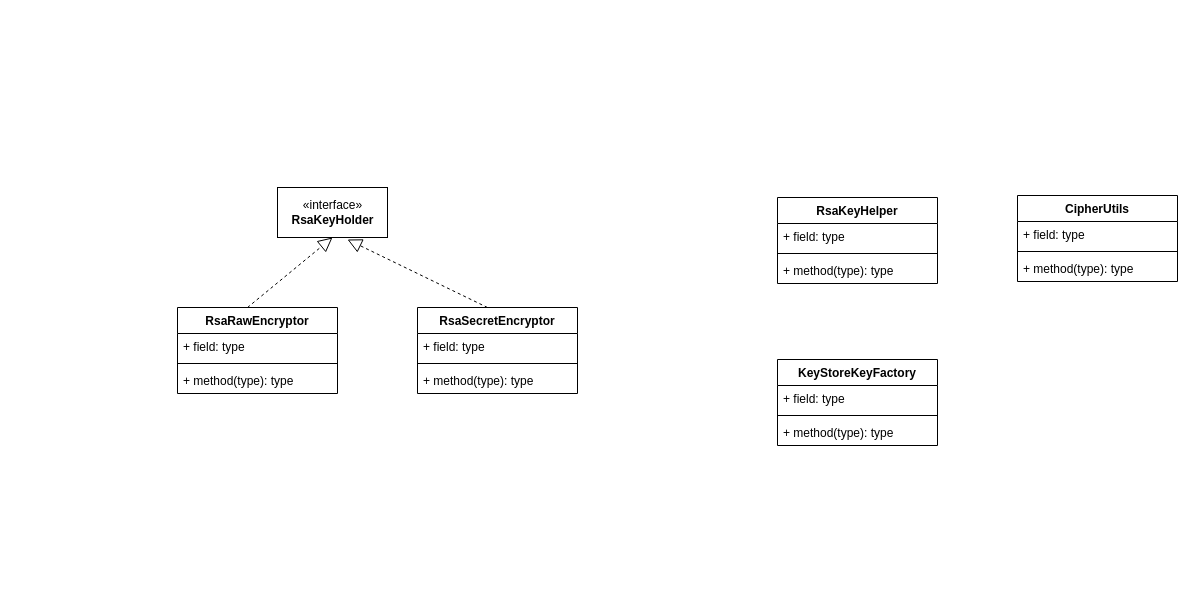
Above: page "rsa" (2 of 2) of spring/spring-security.drawio in tadsimons/draw (draw.io), before the change. Source tidied: cells renumbered, new cells numbered last; positions are measured from the earlier drawing's top-left corner, leaving out a move shared by most shapes. Both pictures are drawn from the tidied source at 100%, with x=0, y=0 at pixel (177, 187).
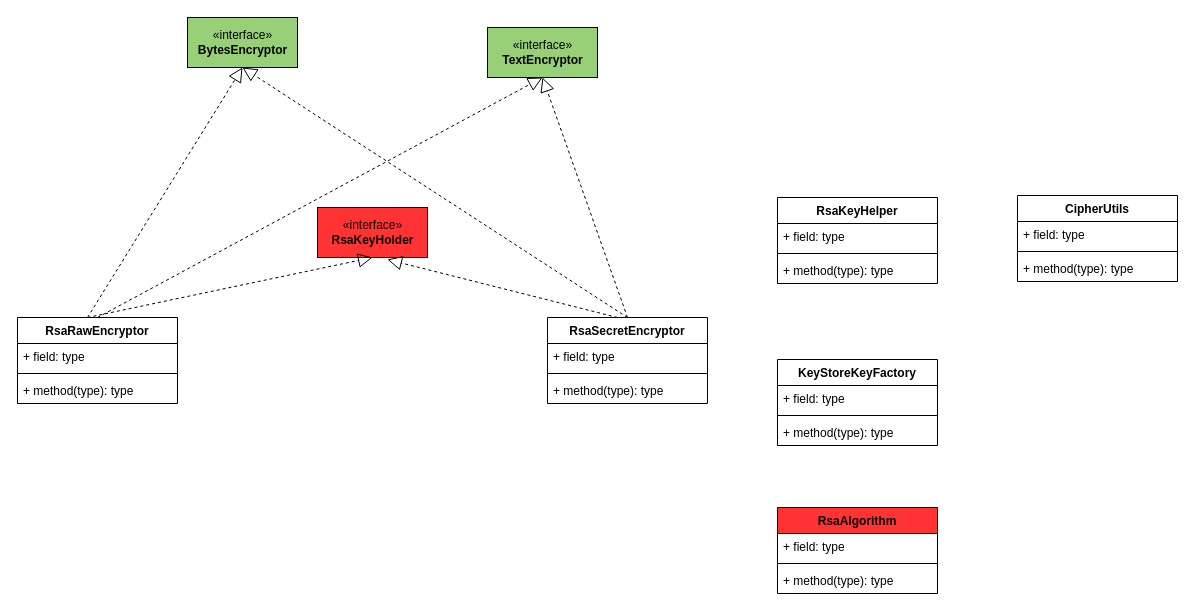
After the change.

Diff of the diagram source:
```diff
@@
-    <mxCell id="2" value="«interface»&lt;br&gt;&lt;b&gt;RsaKeyHolder&lt;/b&gt;" style="html=1;" parent="1" vertex="1">
-      <mxGeometry x="100" width="110" height="50" as="geometry" />
+    <mxCell id="2" value="«interface»&lt;br&gt;&lt;b&gt;RsaKeyHolder&lt;/b&gt;" style="html=1;fillColor=#FF3333;" parent="1" vertex="1">
+      <mxGeometry x="140" y="20" width="110" height="50" as="geometry" />
     </mxCell>
     <mxCell id="3" value="RsaRawEncryptor" style="swimlane;fontStyle=1;align=center;verticalAlign=top;horizontal=1;startSize=26;" parent="1" vertex="1">
-      <mxGeometry y="120" width="160" height="86" as="geometry" />
+      <mxGeometry x="-160" y="130" width="160" height="86" as="geometry" />
     </mxCell>
@@
+    <mxCell id="25" style="endArrow=block;dashed=1;endFill=0;endSize=12;html=1;entryX=0.5;entryY=1;entryDx=0;entryDy=0;" parent="3" edge="1" target="33">
+      <mxGeometry relative="1" as="geometry">
+        <mxPoint x="70" as="sourcePoint" />
+      </mxGeometry>
+    </mxCell>
+    <mxCell id="26" style="endArrow=block;dashed=1;endFill=0;endSize=12;html=1;entryX=0.5;entryY=1;entryDx=0;entryDy=0;" parent="3" edge="1" target="34">
+      <mxGeometry relative="1" as="geometry">
+        <mxPoint x="80" as="sourcePoint" />
+      </mxGeometry>
+    </mxCell>
@@
     <mxCell id="20" value="RsaSecretEncryptor" style="swimlane;fontStyle=1;align=center;verticalAlign=top;horizontal=1;startSize=26;" parent="1" vertex="1">
-      <mxGeometry x="240" y="120" width="160" height="86" as="geometry" />
+      <mxGeometry x="370" y="130" width="160" height="86" as="geometry" />
     </mxCell>
@@
+    <mxCell id="27" style="endArrow=block;dashed=1;endFill=0;endSize=12;html=1;entryX=0.5;entryY=1;entryDx=0;entryDy=0;" parent="20" edge="1" target="33">
+      <mxGeometry relative="1" as="geometry">
+        <mxPoint x="80" as="sourcePoint" />
+      </mxGeometry>
+    </mxCell>
+    <mxCell id="28" style="endArrow=block;dashed=1;endFill=0;endSize=12;html=1;entryX=0.5;entryY=1;entryDx=0;entryDy=0;" parent="20" edge="1" target="34">
+      <mxGeometry relative="1" as="geometry">
+        <mxPoint x="80" as="sourcePoint" />
+      </mxGeometry>
+    </mxCell>
@@
+    <mxCell id="29" value="RsaAlgorithm" style="swimlane;fontStyle=1;align=center;verticalAlign=top;horizontal=1;startSize=26;fillColor=#FF3333;" parent="1" vertex="1">
+      <mxGeometry x="600" y="320" width="160" height="86" as="geometry" />
+    </mxCell>
+    <mxCell id="30" value="+ field: type" style="text;strokeColor=none;fillColor=none;align=left;verticalAlign=top;spacingLeft=4;spacingRight=4;overflow=hidden;" parent="29" vertex="1">
+      <mxGeometry y="26" width="160" height="26" as="geometry" />
+    </mxCell>
+    <mxCell id="31" style="line;strokeWidth=1;fillColor=none;align=left;verticalAlign=middle;spacingTop=-1;spacingLeft=3;spacingRight=3;labelPosition=right;" parent="29" vertex="1">
+      <mxGeometry y="52" width="160" height="8" as="geometry" />
+    </mxCell>
+    <mxCell id="32" value="+ method(type): type" style="text;strokeColor=none;fillColor=none;align=left;verticalAlign=top;spacingLeft=4;spacingRight=4;overflow=hidden;" parent="29" vertex="1">
+      <mxGeometry y="60" width="160" height="26" as="geometry" />
+    </mxCell>
+    <mxCell id="33" value="«interface»&lt;br&gt;&lt;b&gt;BytesEncryptor&lt;/b&gt;" style="html=1;fillColor=#97D077;" parent="1" vertex="1">
+      <mxGeometry x="10" y="-170" width="110" height="50" as="geometry" />
+    </mxCell>
+    <mxCell id="34" value="«interface»&lt;br&gt;&lt;b&gt;TextEncryptor&lt;/b&gt;" style="html=1;fillColor=#97D077;" parent="1" vertex="1">
+      <mxGeometry x="310" y="-160" width="110" height="50" as="geometry" />
+    </mxCell>
```
